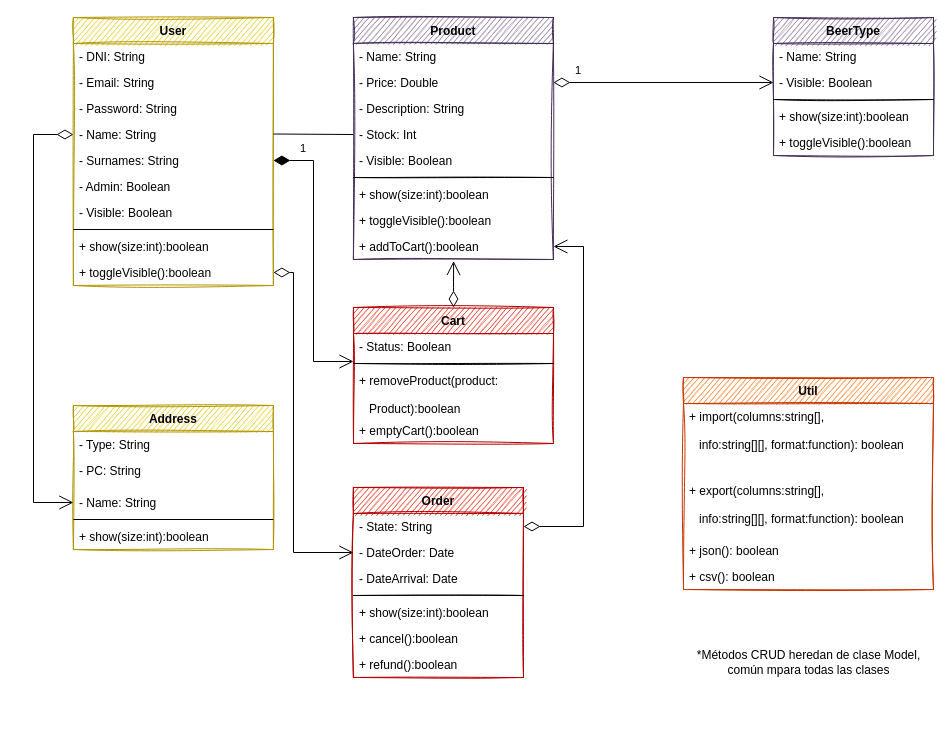
Earlier version of the draw.io diagram page "Page-2" (2 of 2) of _documentacion/diagrama.drawio (JosueGarciaAsensi/DSS). Source tidied: cells renumbered, new cells numbered last; positions are measured from the earlier drawing's top-left corner, leaving out a move shared by most shapes. Both pictures are drawn from the tidied source at 100%, with x=0, y=0 at pixel (33, 17).
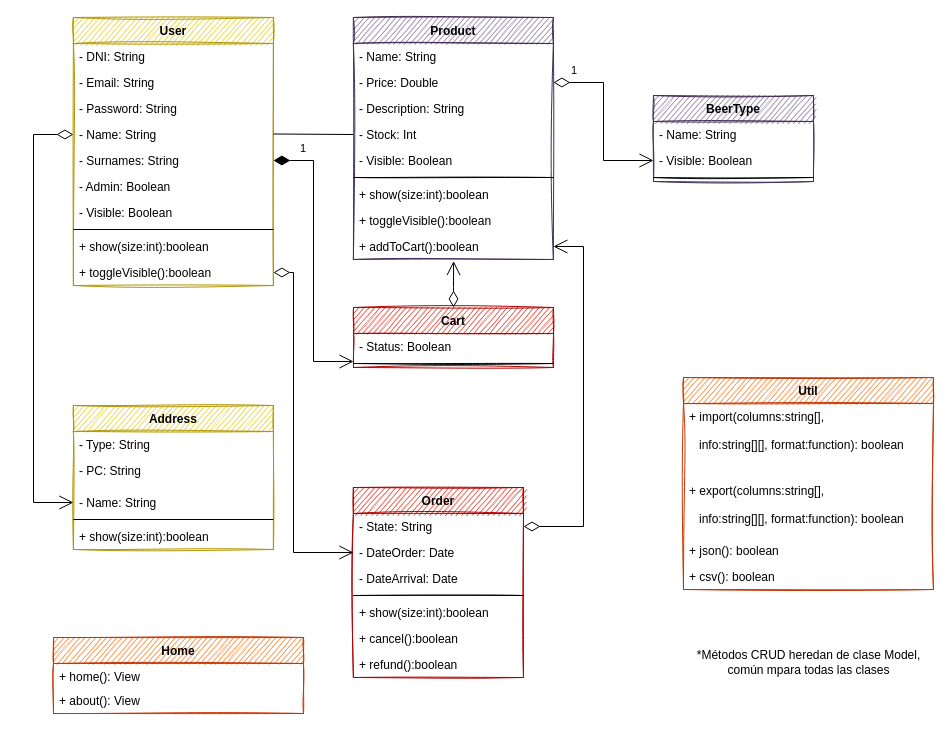
After the change.

What changed in the source:
```diff
@@
     <mxCell id="30" value="BeerType" style="swimlane;fontStyle=1;align=center;verticalAlign=top;horizontal=1;startSize=26;rounded=0;shadow=0;glass=0;sketch=1;fillColor=#76608a;fontColor=#000000;strokeColor=#432D57;" parent="1" vertex="1">
-      <mxGeometry x="740" width="160" height="138" as="geometry" />
+      <mxGeometry x="620" y="78" width="160" height="86" as="geometry" />
     </mxCell>
@@
-    <mxCell id="34" value="+ show(size:int):boolean" style="text;strokeColor=none;fillColor=none;align=left;verticalAlign=top;spacingLeft=4;spacingRight=4;overflow=hidden;" parent="30" vertex="1">
-      <mxGeometry y="86" width="160" height="26" as="geometry" />
-    </mxCell>
-    <mxCell id="35" value="+ toggleVisible():boolean" style="text;strokeColor=none;fillColor=none;align=left;verticalAlign=top;spacingLeft=4;spacingRight=4;overflow=hidden;" parent="30" vertex="1">
-      <mxGeometry y="112" width="160" height="26" as="geometry" />
-    </mxCell>
@@
     <mxCell id="38" value="Cart" style="swimlane;fontStyle=1;align=center;verticalAlign=top;horizontal=1;startSize=26;rounded=0;shadow=0;glass=0;sketch=1;fontColor=#000000;fillColor=#e51400;strokeColor=#B20000;" parent="1" vertex="1">
-      <mxGeometry x="320" y="290" width="200" height="136" as="geometry" />
+      <mxGeometry x="320" y="290" width="200" height="60" as="geometry" />
     </mxCell>
@@
-    <mxCell id="41" value="+ removeProduct(product: &#10;&#10;   Product):boolean" style="text;strokeColor=none;fillColor=none;align=left;verticalAlign=top;spacingLeft=4;spacingRight=4;overflow=hidden;" parent="38" vertex="1">
-      <mxGeometry y="60" width="200" height="50" as="geometry" />
-    </mxCell>
-    <mxCell id="42" value="+ emptyCart():boolean" style="text;strokeColor=none;fillColor=none;align=left;verticalAlign=top;spacingLeft=4;spacingRight=4;overflow=hidden;" parent="38" vertex="1">
-      <mxGeometry y="110" width="200" height="26" as="geometry" />
-    </mxCell>
@@
+    <mxCell id="61" value="Home" style="swimlane;fontStyle=1;horizontal=1;startSize=26;fillColor=#fa6800;rounded=0;shadow=0;glass=0;sketch=1;fontColor=#000000;strokeColor=#C73500;" parent="1" vertex="1">
+      <mxGeometry x="20" y="620" width="250" height="76" as="geometry" />
+    </mxCell>
+    <mxCell id="62" value="+ home(): View" style="text;strokeColor=none;fillColor=none;align=left;verticalAlign=top;spacingLeft=4;spacingRight=4;overflow=hidden;rounded=0;shadow=0;glass=0;sketch=1;fontColor=#000000;" parent="61" vertex="1">
+      <mxGeometry y="26" width="250" height="24" as="geometry" />
+    </mxCell>
+    <mxCell id="63" value="+ about(): View" style="text;strokeColor=none;fillColor=none;align=left;verticalAlign=top;spacingLeft=4;spacingRight=4;overflow=hidden;rounded=0;shadow=0;glass=0;sketch=1;fontColor=#000000;" parent="61" vertex="1">
+      <mxGeometry y="50" width="250" height="26" as="geometry" />
+    </mxCell>
```
